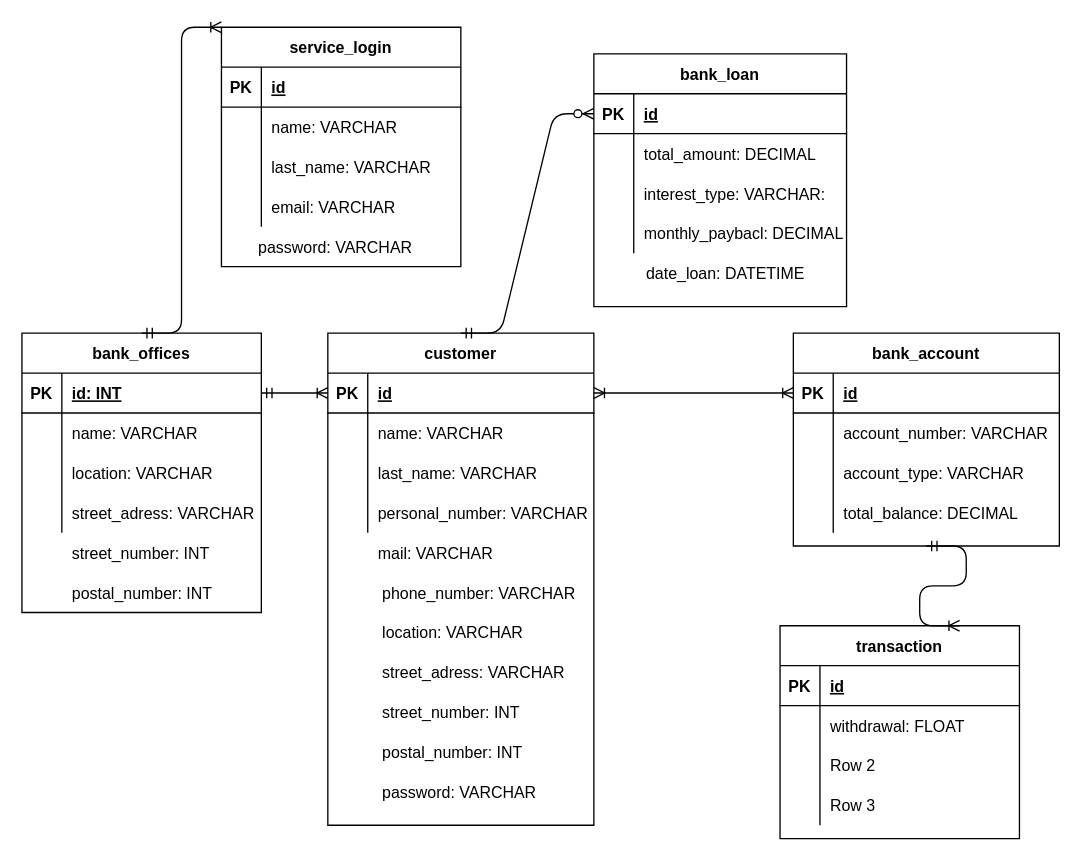
This is ErBank.drawio from Svaaan/svansbank, a draw.io file, before an edit. Source tidied: cells renumbered, new cells numbered last; positions are measured from the earlier drawing's top-left corner, leaving out a move shared by most shapes. Both pictures are drawn from the tidied source at 133%, with x=0, y=0 at pixel (21, 27).
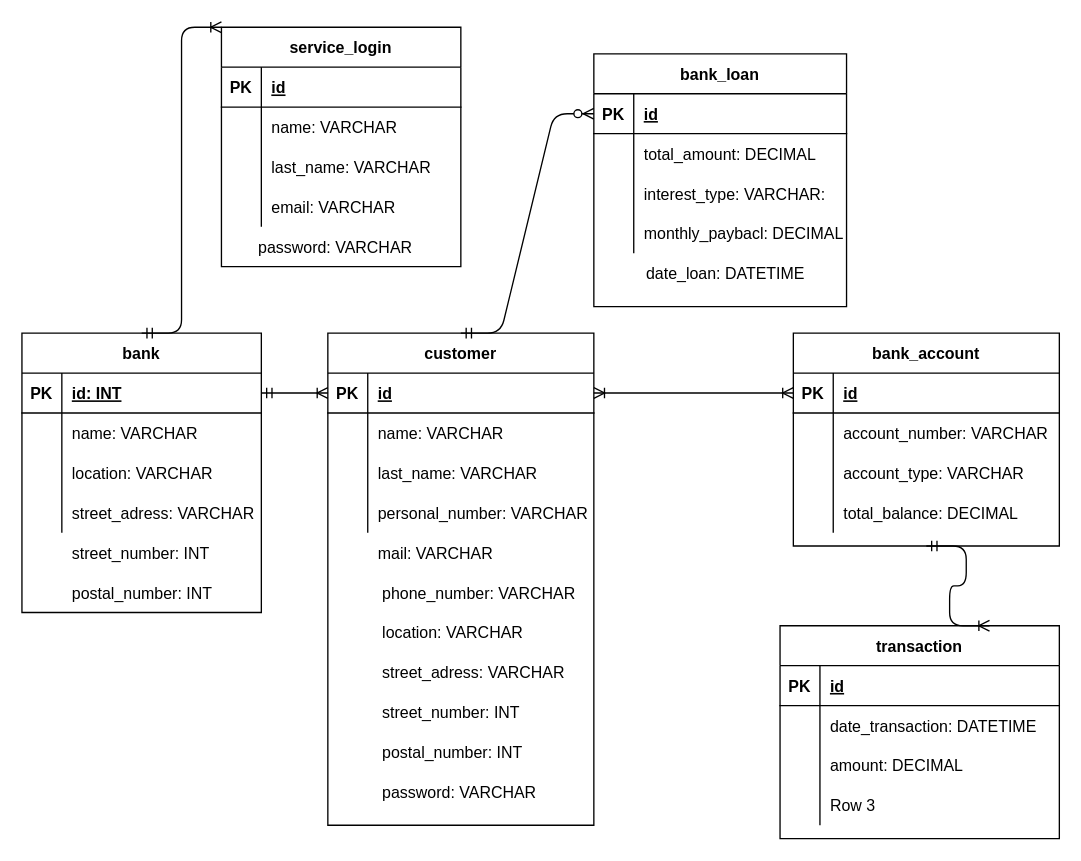
The same page after the edit.

Change to the diagram source:
```diff
@@
-    <mxCell id="2" value="bank_offices" style="shape=table;startSize=30;childLayout=tableLayout;rowLines=0;fontStyle=1;align=center;" parent="1" vertex="1">
+    <mxCell id="2" value="bank" style="shape=table;startSize=30;childLayout=tableLayout;rowLines=0;fontStyle=1;align=center;" parent="1" vertex="1">
       <mxGeometry y="230" width="180" height="210" as="geometry" />
     </mxCell>
@@
     <mxCell id="67" value="transaction" style="shape=table;startSize=30;childLayout=tableLayout;rowLines=0;fontStyle=1;align=center;" parent="1" vertex="1">
-      <mxGeometry x="570" y="450" width="180" height="160" as="geometry" />
+      <mxGeometry x="570" y="450" width="210" height="160" as="geometry" />
     </mxCell>
     <mxCell id="68" style="shape=partialRectangle;fillColor=none;top=0;left=0;bottom=1;right=0;" parent="67" vertex="1">
-      <mxGeometry y="30" width="180" height="30" as="geometry" />
+      <mxGeometry y="30" width="210" height="30" as="geometry" />
     </mxCell>
@@
     <mxCell id="70" value="id" style="shape=partialRectangle;fillColor=none;top=0;left=0;bottom=0;right=0;align=left;spacingLeft=6;fontStyle=5;overflow=hidden;" parent="68" vertex="1">
-      <mxGeometry x="30" width="150" height="30" as="geometry" />
+      <mxGeometry x="30" width="180" height="30" as="geometry" />
     </mxCell>
     <mxCell id="71" style="shape=partialRectangle;fillColor=none;top=0;left=0;bottom=0;right=0;" parent="67" vertex="1">
-      <mxGeometry y="60" width="180" height="30" as="geometry" />
+      <mxGeometry y="60" width="210" height="30" as="geometry" />
     </mxCell>
@@
-    <mxCell id="73" value="withdrawal: FLOAT" style="shape=partialRectangle;fillColor=none;top=0;left=0;bottom=0;right=0;align=left;spacingLeft=6;overflow=hidden;" parent="71" vertex="1">
-      <mxGeometry x="30" width="150" height="30" as="geometry" />
+    <mxCell id="73" value="date_transaction: DATETIME" style="shape=partialRectangle;fillColor=none;top=0;left=0;bottom=0;right=0;align=left;spacingLeft=6;overflow=hidden;" parent="71" vertex="1">
+      <mxGeometry x="30" width="180" height="30" as="geometry" />
     </mxCell>
     <mxCell id="74" style="shape=partialRectangle;fillColor=none;top=0;left=0;bottom=0;right=0;" parent="67" vertex="1">
-      <mxGeometry y="90" width="180" height="30" as="geometry" />
+      <mxGeometry y="90" width="210" height="30" as="geometry" />
     </mxCell>
@@
-    <mxCell id="76" value="Row 2" style="shape=partialRectangle;fillColor=none;top=0;left=0;bottom=0;right=0;align=left;spacingLeft=6;overflow=hidden;" parent="74" vertex="1">
-      <mxGeometry x="30" width="150" height="30" as="geometry" />
+    <mxCell id="76" value="amount: DECIMAL" style="shape=partialRectangle;fillColor=none;top=0;left=0;bottom=0;right=0;align=left;spacingLeft=6;overflow=hidden;" parent="74" vertex="1">
+      <mxGeometry x="30" width="180" height="30" as="geometry" />
     </mxCell>
     <mxCell id="77" style="shape=partialRectangle;fillColor=none;top=0;left=0;bottom=0;right=0;" parent="67" vertex="1">
-      <mxGeometry y="120" width="180" height="30" as="geometry" />
+      <mxGeometry y="120" width="210" height="30" as="geometry" />
     </mxCell>
@@
     <mxCell id="79" value="Row 3" style="shape=partialRectangle;fillColor=none;top=0;left=0;bottom=0;right=0;align=left;spacingLeft=6;overflow=hidden;" parent="77" vertex="1">
-      <mxGeometry x="30" width="150" height="30" as="geometry" />
+      <mxGeometry x="30" width="180" height="30" as="geometry" />
     </mxCell>
```
